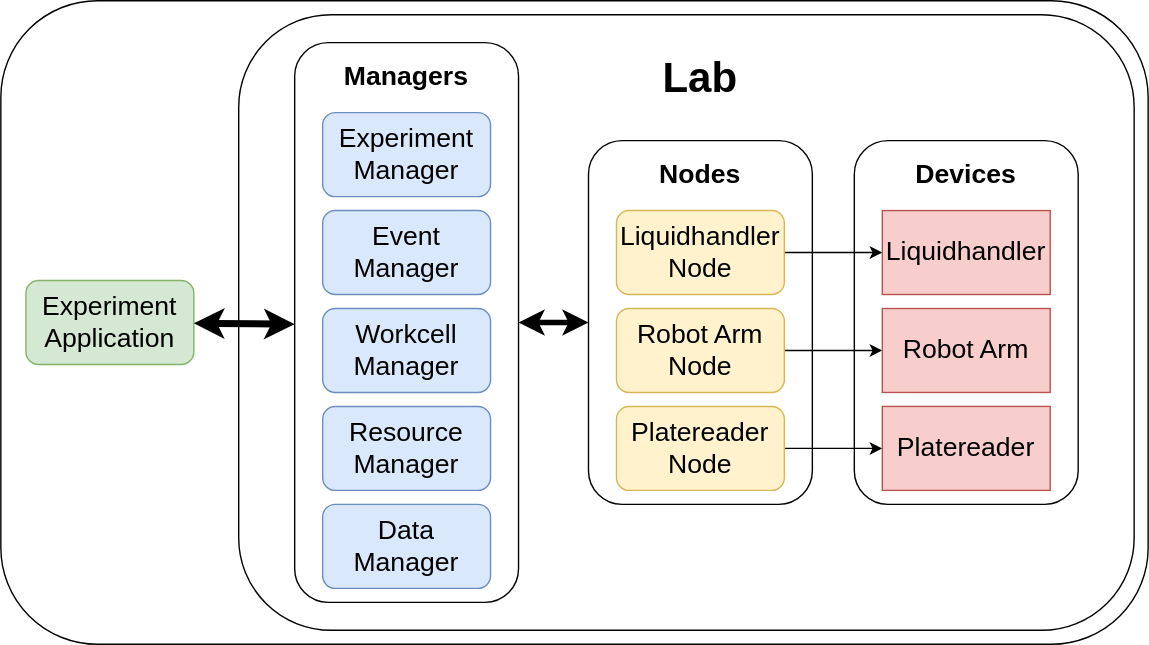
Before: assets/drawio/madsci_control_flow.drawio.svg, a diagram exported from draw.io (AD-SDL/MADSci). Source tidied: cells renumbered, new cells last; positions are measured from the earlier drawing's top-left corner, leaving out a move shared by most shapes.
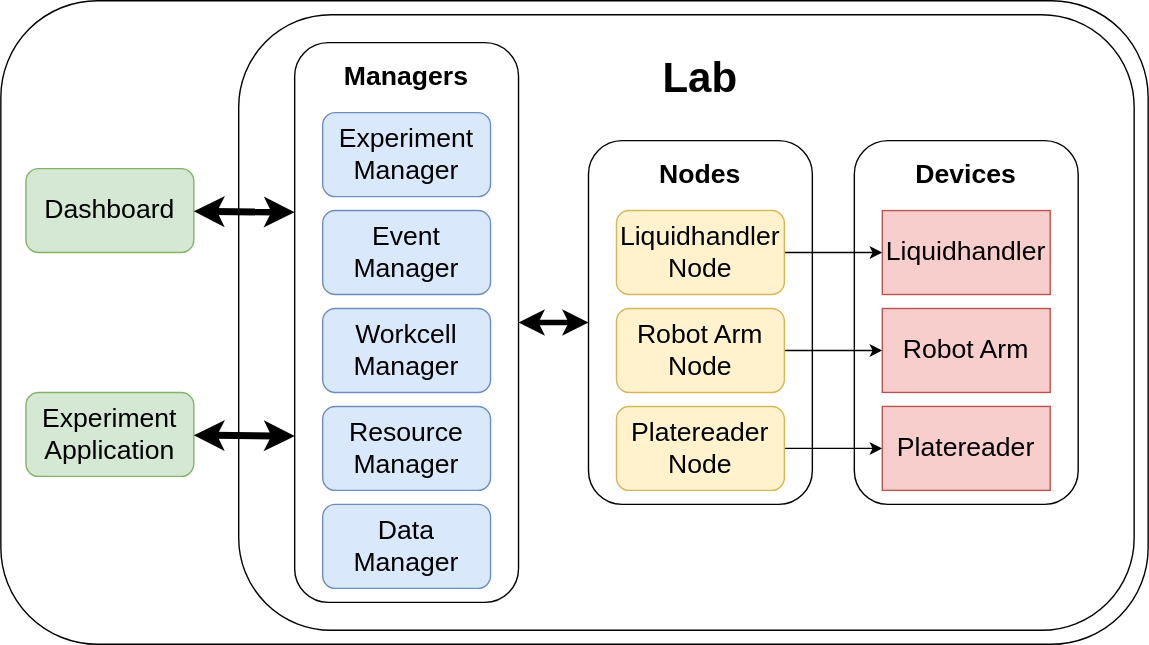
After the commit.

Change to the diagram source:
```diff
@@ -21,7 +21,7 @@
       <mxGeometry x="210" y="30" width="160" height="400" as="geometry" />
     </mxCell>
     <mxCell id="8" value="Experiment Application" style="rounded=1;whiteSpace=wrap;html=1;fillColor=#d5e8d4;strokeColor=#82b366;fontSize=19;" parent="1" vertex="1">
-      <mxGeometry x="17.9" y="200" width="120" height="60" as="geometry" />
+      <mxGeometry x="17.9" y="280" width="120" height="60" as="geometry" />
     </mxCell>
     <mxCell id="9" value="Workcell Manager" style="whiteSpace=wrap;html=1;rounded=1;fillColor=#dae8fc;strokeColor=#6c8ebf;fontSize=19;" parent="1" vertex="1">
       <mxGeometry x="230" y="220" width="120" height="60" as="geometry" />
@@ -79,8 +79,16 @@
     </mxCell>
     <mxCell id="27" style="edgeStyle=none;html=1;entryX=0.013;entryY=0.553;entryDx=0;entryDy=0;entryPerimeter=0;startArrow=classic;startFill=1;strokeWidth=5;fontSize=19;" parent="1" edge="1" source="8">
       <mxGeometry relative="1" as="geometry">
-        <mxPoint x="210" y="231.2" as="targetPoint" />
+        <mxPoint x="210" y="311.2" as="targetPoint" />
       </mxGeometry>
     </mxCell>
+    <mxCell id="28" value="Dashboard" style="rounded=1;whiteSpace=wrap;html=1;fillColor=#d5e8d4;strokeColor=#82b366;fontSize=19;" parent="1" vertex="1">
+      <mxGeometry x="17.9" y="120" width="120" height="60" as="geometry" />
+    </mxCell>
+    <mxCell id="29" style="edgeStyle=none;html=1;entryX=0.013;entryY=0.553;entryDx=0;entryDy=0;entryPerimeter=0;startArrow=classic;startFill=1;strokeWidth=5;fontSize=19;" parent="1" edge="1" source="28">
+      <mxGeometry relative="1" as="geometry">
+        <mxPoint x="210" y="151.2" as="targetPoint" />
+      </mxGeometry>
+    </mxCell>
   </root>
 </mxGraphModel>
```
